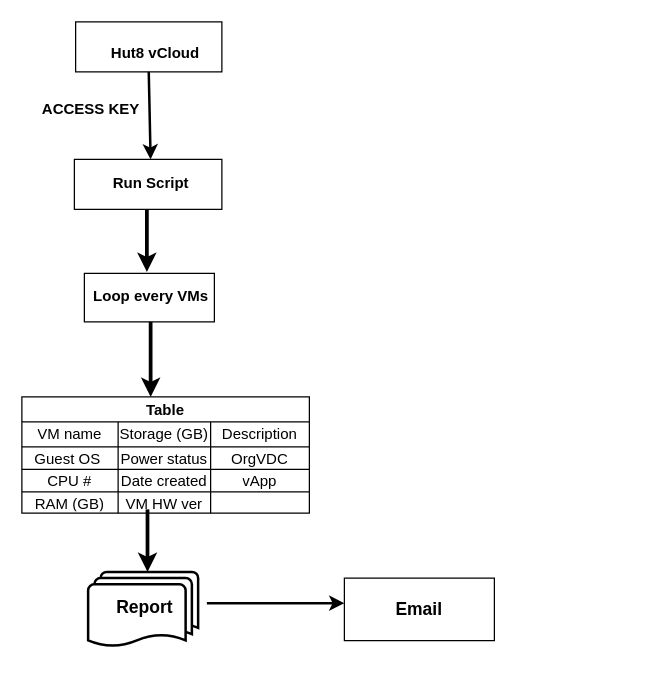
This is Untitled Diagram.drawio from shfy70/test, a draw.io file, before an edit. Source tidied: cells renumbered, new cells numbered last; positions are measured from the earlier drawing's top-left corner, leaving out a move shared by most shapes. Both pictures are drawn from the tidied source at 125%, with x=0, y=0 at pixel (21, 21).
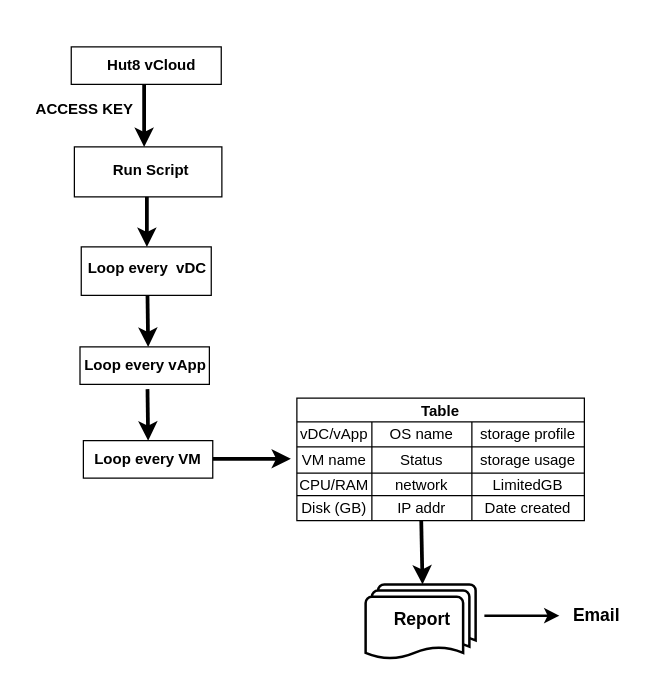
Above is the later version.

The edit, as a diff of the source:
```diff
@@
     <mxCell id="2" style="rounded=0;whiteSpace=wrap;html=1;" parent="1" vertex="1">
-      <mxGeometry x="43" width="117" height="40" as="geometry" />
+      <mxGeometry x="39.5" y="20" width="120" height="30" as="geometry" />
     </mxCell>
     <mxCell id="3" style="rounded=0;whiteSpace=wrap;html=1;" parent="1" vertex="1">
-      <mxGeometry x="42" y="110" width="118" height="40" as="geometry" />
+      <mxGeometry x="42" y="100" width="118" height="40" as="geometry" />
     </mxCell>
     <mxCell id="4" value="&lt;b&gt;Hut8 vCloud&lt;/b&gt;" style="text;html=1;strokeColor=none;fillColor=none;align=center;verticalAlign=middle;whiteSpace=wrap;rounded=0;fontSize=12;" parent="1" vertex="1">
-      <mxGeometry x="56" y="10" width="102" height="30" as="geometry" />
+      <mxGeometry x="49.5" y="20" width="108" height="30" as="geometry" />
     </mxCell>
-    <mxCell id="5" style="endArrow=classic;html=1;rounded=0;fontSize=12;exitX=0.5;exitY=1;exitDx=0;exitDy=0;strokeWidth=2;entryX=0.5;entryY=0;entryDx=0;entryDy=0;" parent="1" edge="1" source="2" target="7">
-      <mxGeometry relative="1" as="geometry" />
-    </mxCell>
     <mxCell id="6" value="&lt;font style=&quot;font-size: 12px;&quot;&gt;ACCESS KEY&lt;/font&gt;" style="text;strokeColor=none;fillColor=none;html=1;fontSize=24;fontStyle=1;verticalAlign=middle;align=center;" parent="1" vertex="1">
-      <mxGeometry y="40" width="110" height="51.2" as="geometry" />
+      <mxGeometry y="50" width="100" height="31.2" as="geometry" />
     </mxCell>
     <mxCell id="7" value="&lt;div style=&quot;text-align: justify;&quot;&gt;&lt;span style=&quot;font-size: 12px;&quot;&gt;Run Script&lt;/span&gt;&lt;/div&gt;" style="text;strokeColor=none;fillColor=none;html=1;fontSize=24;fontStyle=1;verticalAlign=middle;align=center;" parent="1" vertex="1">
-      <mxGeometry x="54" y="110" width="98" height="30" as="geometry" />
+      <mxGeometry x="54" y="100" width="98" height="30" as="geometry" />
     </mxCell>
     <mxCell id="8" style="rounded=0;whiteSpace=wrap;html=1;" parent="1" vertex="1">
-      <mxGeometry x="50" y="201.2" width="104" height="38.8" as="geometry" />
+      <mxGeometry x="47.5" y="180" width="104" height="38.8" as="geometry" />
     </mxCell>
-    <mxCell id="9" value="&lt;div style=&quot;text-align: justify;&quot;&gt;&lt;span style=&quot;font-size: 12px;&quot;&gt;Loop every VMs&lt;/span&gt;&lt;/div&gt;" style="text;strokeColor=none;fillColor=none;html=1;fontSize=24;fontStyle=1;verticalAlign=middle;align=center;" parent="1" vertex="1">
-      <mxGeometry x="48" y="190" width="110" height="51.2" as="geometry" />
+    <mxCell id="9" value="&lt;div style=&quot;text-align: justify;&quot;&gt;&lt;span style=&quot;font-size: 12px;&quot;&gt;Loop every&amp;nbsp; vDC&lt;/span&gt;&lt;/div&gt;" style="text;strokeColor=none;fillColor=none;html=1;fontSize=24;fontStyle=1;verticalAlign=middle;align=center;" parent="1" vertex="1">
+      <mxGeometry x="40.5" y="167.5" width="118" height="51.2" as="geometry" />
     </mxCell>
     <mxCell id="10" style="endArrow=classic;html=1;rounded=0;fontSize=12;strokeWidth=3;" parent="1" edge="1">
       <mxGeometry relative="1" as="geometry">
-        <mxPoint x="100" y="150" as="sourcePoint" />
-        <mxPoint x="100" y="200" as="targetPoint" />
+        <mxPoint x="100" y="140" as="sourcePoint" />
+        <mxPoint x="100" y="180" as="targetPoint" />
       </mxGeometry>
     </mxCell>
     <mxCell id="11" style="strokeWidth=2;html=1;shape=mxgraph.flowchart.multi-document;whiteSpace=wrap;fontSize=14;fontColor=#000000;" parent="1" vertex="1">
-      <mxGeometry x="53" y="440" width="88" height="60" as="geometry" />
+      <mxGeometry x="275" y="450" width="88" height="60" as="geometry" />
     </mxCell>
     <mxCell id="12" value="&lt;font style=&quot;font-size: 14px;&quot; color=&quot;#000000&quot;&gt;Report&lt;/font&gt;" style="text;strokeColor=none;fillColor=none;html=1;fontSize=24;fontStyle=1;verticalAlign=middle;align=center;fontColor=#0000FF;" parent="1" vertex="1">
-      <mxGeometry x="48" y="445" width="100" height="40" as="geometry" />
+      <mxGeometry x="270" y="455" width="100" height="40" as="geometry" />
     </mxCell>
     <mxCell id="13" style="endArrow=classic;html=1;rounded=0;strokeWidth=2;fontSize=14;fontColor=#000000;exitX=1;exitY=0.5;exitDx=0;exitDy=0;" parent="1" edge="1" source="12">
       <mxGeometry relative="1" as="geometry">
-        <mxPoint x="258" y="465" as="targetPoint" />
+        <mxPoint x="430" y="475" as="targetPoint" />
       </mxGeometry>
     </mxCell>
-    <mxCell id="14" style="rounded=0;whiteSpace=wrap;html=1;" parent="1" vertex="1">
-      <mxGeometry x="258" y="445" width="120" height="50" as="geometry" />
-    </mxCell>
     <mxCell id="15" value="&lt;b&gt;Email&lt;/b&gt;" style="text;html=1;strokeColor=none;fillColor=none;align=center;verticalAlign=middle;whiteSpace=wrap;rounded=0;dashed=1;dashPattern=1 4;fontSize=14;fontColor=#000000;" parent="1" vertex="1">
-      <mxGeometry x="288" y="455" width="60" height="30" as="geometry" />
+      <mxGeometry x="430" y="460" width="60" height="30" as="geometry" />
     </mxCell>
     <mxCell id="16" style="endArrow=classic;html=1;rounded=0;fontSize=12;strokeWidth=3;" parent="1" edge="1">
       <mxGeometry relative="1" as="geometry">
-        <mxPoint x="103" y="240" as="sourcePoint" />
-        <mxPoint x="103" y="300" as="targetPoint" />
+        <mxPoint x="100.5" y="218.8" as="sourcePoint" />
+        <mxPoint x="101" y="260" as="targetPoint" />
       </mxGeometry>
     </mxCell>
-    <mxCell id="17" value="Table" style="shape=table;startSize=20;childLayout=tableLayout;fontStyle=1;align=center;" parent="1" vertex="1">
-      <mxGeometry y="300" width="230" height="93" as="geometry" />
+    <mxCell id="17" value="Table" style="shape=table;startSize=19;childLayout=tableLayout;fontStyle=1;align=center;" parent="1" vertex="1">
+      <mxGeometry x="220" y="301" width="230" height="98" as="geometry" />
     </mxCell>
     <mxCell id="18" style="shape=tableRow;horizontal=0;startSize=0;swimlaneHead=0;swimlaneBody=0;top=0;left=0;bottom=0;right=0;fillColor=none;" parent="17" vertex="1">
-      <mxGeometry y="20" width="230" height="20" as="geometry" />
+      <mxGeometry y="19" width="230" height="20" as="geometry" />
     </mxCell>
-    <mxCell id="19" value="VM name" style="shape=partialRectangle;html=1;whiteSpace=wrap;fillColor=none;top=0;left=0;bottom=0;right=0;overflow=hidden;" parent="18" vertex="1">
-      <mxGeometry width="77" height="20" as="geometry" />
+    <mxCell id="19" value="vDC/vApp" style="shape=partialRectangle;html=1;whiteSpace=wrap;fillColor=none;top=0;left=0;bottom=0;right=0;overflow=hidden;" parent="18" vertex="1">
+      <mxGeometry width="60" height="20" as="geometry" />
     </mxCell>
-    <mxCell id="20" value="Storage (GB)" style="shape=partialRectangle;html=1;whiteSpace=wrap;fillColor=none;top=0;left=0;bottom=0;right=0;overflow=hidden;" parent="18" vertex="1">
-      <mxGeometry x="77" width="74" height="20" as="geometry" />
+    <mxCell id="20" value="OS name" style="shape=partialRectangle;html=1;whiteSpace=wrap;fillColor=none;top=0;left=0;bottom=0;right=0;overflow=hidden;" parent="18" vertex="1">
+      <mxGeometry x="60" width="80" height="20" as="geometry" />
     </mxCell>
-    <mxCell id="21" value="Description" style="shape=partialRectangle;html=1;whiteSpace=wrap;fillColor=none;top=0;left=0;bottom=0;right=0;overflow=hidden;" parent="18" vertex="1">
-      <mxGeometry x="151" width="79" height="20" as="geometry" />
+    <mxCell id="21" value="storage profile" style="shape=partialRectangle;html=1;whiteSpace=wrap;fillColor=none;top=0;left=0;bottom=0;right=0;overflow=hidden;" parent="18" vertex="1">
+      <mxGeometry x="140" width="90" height="20" as="geometry" />
     </mxCell>
     <mxCell id="22" style="shape=tableRow;horizontal=0;startSize=0;swimlaneHead=0;swimlaneBody=0;top=0;left=0;bottom=0;right=0;fillColor=none;" parent="17" vertex="1">
-      <mxGeometry y="40" width="230" height="18" as="geometry" />
+      <mxGeometry y="39" width="230" height="21" as="geometry" />
     </mxCell>
-    <mxCell id="23" value="Guest OS&amp;nbsp;" style="shape=partialRectangle;html=1;whiteSpace=wrap;fillColor=none;top=0;left=0;bottom=0;right=0;overflow=hidden;" parent="22" vertex="1">
-      <mxGeometry width="77" height="18" as="geometry" />
+    <mxCell id="23" value="VM name" style="shape=partialRectangle;html=1;whiteSpace=wrap;fillColor=none;top=0;left=0;bottom=0;right=0;overflow=hidden;" parent="22" vertex="1">
+      <mxGeometry width="60" height="21" as="geometry" />
     </mxCell>
-    <mxCell id="24" value="Power status" style="shape=partialRectangle;html=1;whiteSpace=wrap;fillColor=none;top=0;left=0;bottom=0;right=0;overflow=hidden;" parent="22" vertex="1">
-      <mxGeometry x="77" width="74" height="18" as="geometry" />
+    <mxCell id="24" value="Status" style="shape=partialRectangle;html=1;whiteSpace=wrap;fillColor=none;top=0;left=0;bottom=0;right=0;overflow=hidden;" parent="22" vertex="1">
+      <mxGeometry x="60" width="80" height="21" as="geometry" />
     </mxCell>
-    <mxCell id="25" value="OrgVDC" style="shape=partialRectangle;html=1;whiteSpace=wrap;fillColor=none;top=0;left=0;bottom=0;right=0;overflow=hidden;" parent="22" vertex="1">
-      <mxGeometry x="151" width="79" height="18" as="geometry" />
+    <mxCell id="25" value="storage usage" style="shape=partialRectangle;html=1;whiteSpace=wrap;fillColor=none;top=0;left=0;bottom=0;right=0;overflow=hidden;" parent="22" vertex="1">
+      <mxGeometry x="140" width="90" height="21" as="geometry" />
     </mxCell>
     <mxCell id="26" style="shape=tableRow;horizontal=0;startSize=0;swimlaneHead=0;swimlaneBody=0;top=0;left=0;bottom=0;right=0;fillColor=none;" parent="17" vertex="1">
-      <mxGeometry y="58" width="230" height="18" as="geometry" />
+      <mxGeometry y="60" width="230" height="18" as="geometry" />
     </mxCell>
-    <mxCell id="27" value="CPU #" style="shape=partialRectangle;html=1;whiteSpace=wrap;fillColor=none;top=0;left=0;bottom=0;right=0;overflow=hidden;" parent="26" vertex="1">
-      <mxGeometry width="77" height="18" as="geometry" />
+    <mxCell id="27" value="CPU/RAM" style="shape=partialRectangle;html=1;whiteSpace=wrap;fillColor=none;top=0;left=0;bottom=0;right=0;overflow=hidden;" parent="26" vertex="1">
+      <mxGeometry width="60" height="18" as="geometry" />
     </mxCell>
-    <mxCell id="28" value="Date created" style="shape=partialRectangle;html=1;whiteSpace=wrap;fillColor=none;top=0;left=0;bottom=0;right=0;overflow=hidden;" parent="26" vertex="1">
-      <mxGeometry x="77" width="74" height="18" as="geometry" />
+    <mxCell id="28" value="network" style="shape=partialRectangle;html=1;whiteSpace=wrap;fillColor=none;top=0;left=0;bottom=0;right=0;overflow=hidden;" parent="26" vertex="1">
+      <mxGeometry x="60" width="80" height="18" as="geometry" />
     </mxCell>
-    <mxCell id="29" value="vApp" style="shape=partialRectangle;html=1;whiteSpace=wrap;fillColor=none;top=0;left=0;bottom=0;right=0;overflow=hidden;" parent="26" vertex="1">
-      <mxGeometry x="151" width="79" height="18" as="geometry" />
+    <mxCell id="29" value="LimitedGB" style="shape=partialRectangle;html=1;whiteSpace=wrap;fillColor=none;top=0;left=0;bottom=0;right=0;overflow=hidden;" parent="26" vertex="1">
+      <mxGeometry x="140" width="90" height="18" as="geometry" />
     </mxCell>
     <mxCell id="30" style="shape=tableRow;horizontal=0;startSize=0;swimlaneHead=0;swimlaneBody=0;top=0;left=0;bottom=0;right=0;fillColor=none;" parent="17" vertex="1">
-      <mxGeometry y="76" width="230" height="17" as="geometry" />
+      <mxGeometry y="78" width="230" height="20" as="geometry" />
     </mxCell>
-    <mxCell id="31" value="RAM (GB)" style="shape=partialRectangle;html=1;whiteSpace=wrap;fillColor=none;top=0;left=0;bottom=0;right=0;overflow=hidden;" parent="30" vertex="1">
-      <mxGeometry width="77" height="17" as="geometry" />
+    <mxCell id="31" value="Disk (GB)" style="shape=partialRectangle;html=1;whiteSpace=wrap;fillColor=none;top=0;left=0;bottom=0;right=0;overflow=hidden;" parent="30" vertex="1">
+      <mxGeometry width="60" height="20" as="geometry" />
     </mxCell>
-    <mxCell id="32" value="VM HW ver" style="shape=partialRectangle;html=1;whiteSpace=wrap;fillColor=none;top=0;left=0;bottom=0;right=0;overflow=hidden;" parent="30" vertex="1">
-      <mxGeometry x="77" width="74" height="17" as="geometry" />
+    <mxCell id="32" value="IP addr" style="shape=partialRectangle;html=1;whiteSpace=wrap;fillColor=none;top=0;left=0;bottom=0;right=0;overflow=hidden;" parent="30" vertex="1">
+      <mxGeometry x="60" width="80" height="20" as="geometry" />
     </mxCell>
-    <mxCell id="33" style="shape=partialRectangle;html=1;whiteSpace=wrap;fillColor=none;top=0;left=0;bottom=0;right=0;overflow=hidden;" parent="30" vertex="1">
-      <mxGeometry x="151" width="79" height="17" as="geometry" />
+    <mxCell id="33" value="Date created" style="shape=partialRectangle;html=1;whiteSpace=wrap;fillColor=none;top=0;left=0;bottom=0;right=0;overflow=hidden;" parent="30" vertex="1">
+      <mxGeometry x="140" width="90" height="20" as="geometry" />
     </mxCell>
     <mxCell id="34" style="endArrow=classic;html=1;rounded=0;fontSize=12;strokeWidth=3;" parent="1" edge="1">
       <mxGeometry relative="1" as="geometry">
-        <mxPoint x="100.5" y="390" as="sourcePoint" />
-        <mxPoint x="100.5" y="440" as="targetPoint" />
+        <mxPoint x="152.8" y="349.5" as="sourcePoint" />
+        <mxPoint x="215.2" y="349.5" as="targetPoint" />
       </mxGeometry>
     </mxCell>
+    <mxCell id="35" value="&lt;b&gt;Loop every vApp&lt;/b&gt;" style="rounded=0;whiteSpace=wrap;html=1;" parent="1" vertex="1">
+      <mxGeometry x="46.5" y="260" width="103.5" height="30" as="geometry" />
+    </mxCell>
+    <mxCell id="36" value="&lt;b&gt;Loop every VM&lt;/b&gt;" style="rounded=0;whiteSpace=wrap;html=1;" parent="1" vertex="1">
+      <mxGeometry x="49.2" y="335" width="103.5" height="30" as="geometry" />
+    </mxCell>
+    <mxCell id="37" style="endArrow=classic;html=1;rounded=0;fontSize=12;strokeWidth=3;" parent="1" edge="1">
+      <mxGeometry relative="1" as="geometry">
+        <mxPoint x="100.5" y="293.8" as="sourcePoint" />
+        <mxPoint x="101" y="335" as="targetPoint" />
+      </mxGeometry>
+    </mxCell>
+    <mxCell id="38" style="endArrow=classic;html=1;rounded=0;fontSize=12;strokeWidth=3;" parent="1" edge="1">
+      <mxGeometry relative="1" as="geometry">
+        <mxPoint x="319.5" y="399" as="sourcePoint" />
+        <mxPoint x="320.5" y="450" as="targetPoint" />
+      </mxGeometry>
+    </mxCell>
+    <mxCell id="39" style="endArrow=classic;html=1;rounded=0;fontSize=12;strokeWidth=3;" parent="1" edge="1">
+      <mxGeometry relative="1" as="geometry">
+        <mxPoint x="97.8" y="50" as="sourcePoint" />
+        <mxPoint x="97.8" y="100" as="targetPoint" />
+      </mxGeometry>
+    </mxCell>
```
